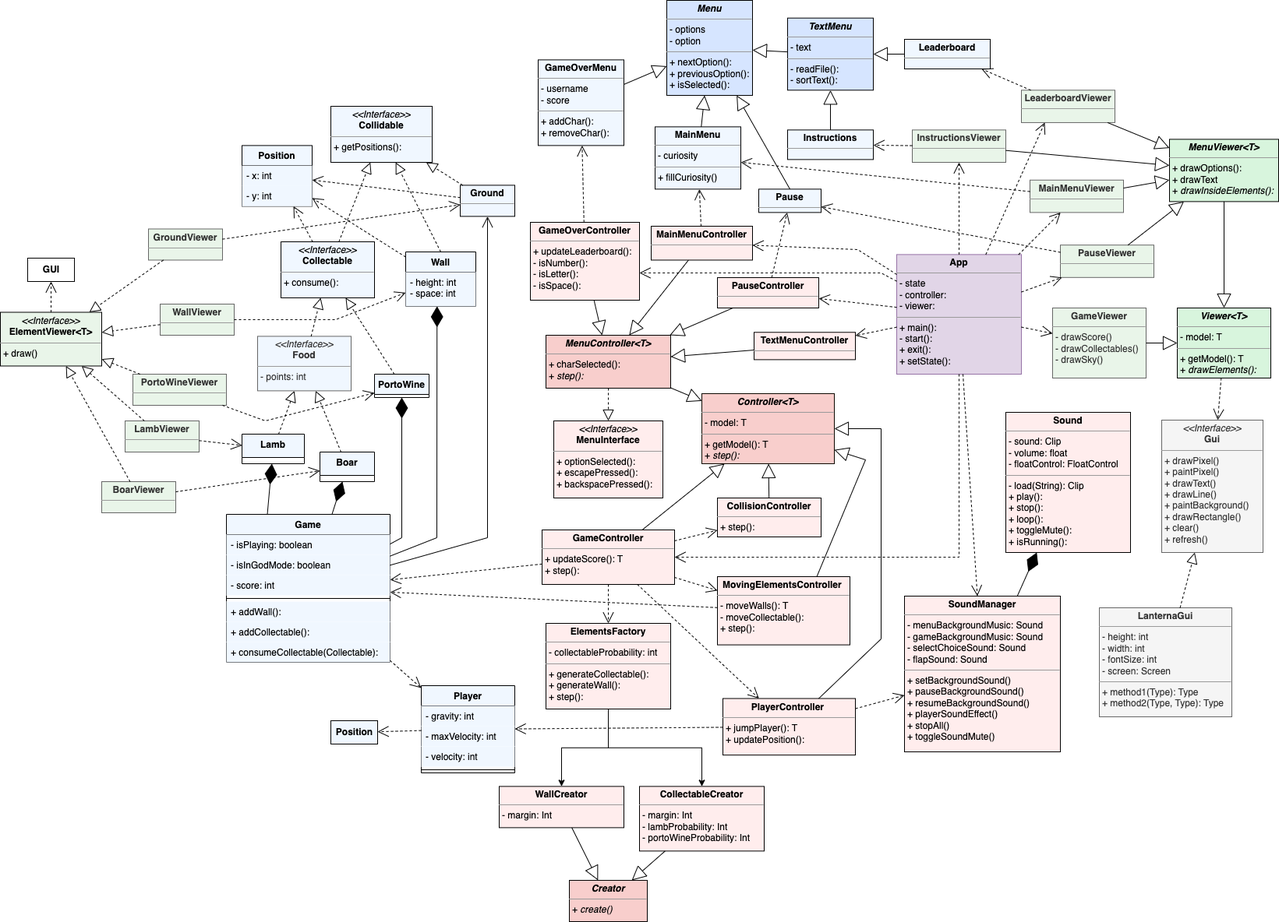
Above: docs/images/UML/structure.drawio.png in thePeras/LDTS_Flappy_Tiger (draw.io), before the change. Source tidied: cells renumbered, new cells last; positions are measured from the earlier drawing's top-left corner, leaving out a move shared by most shapes.
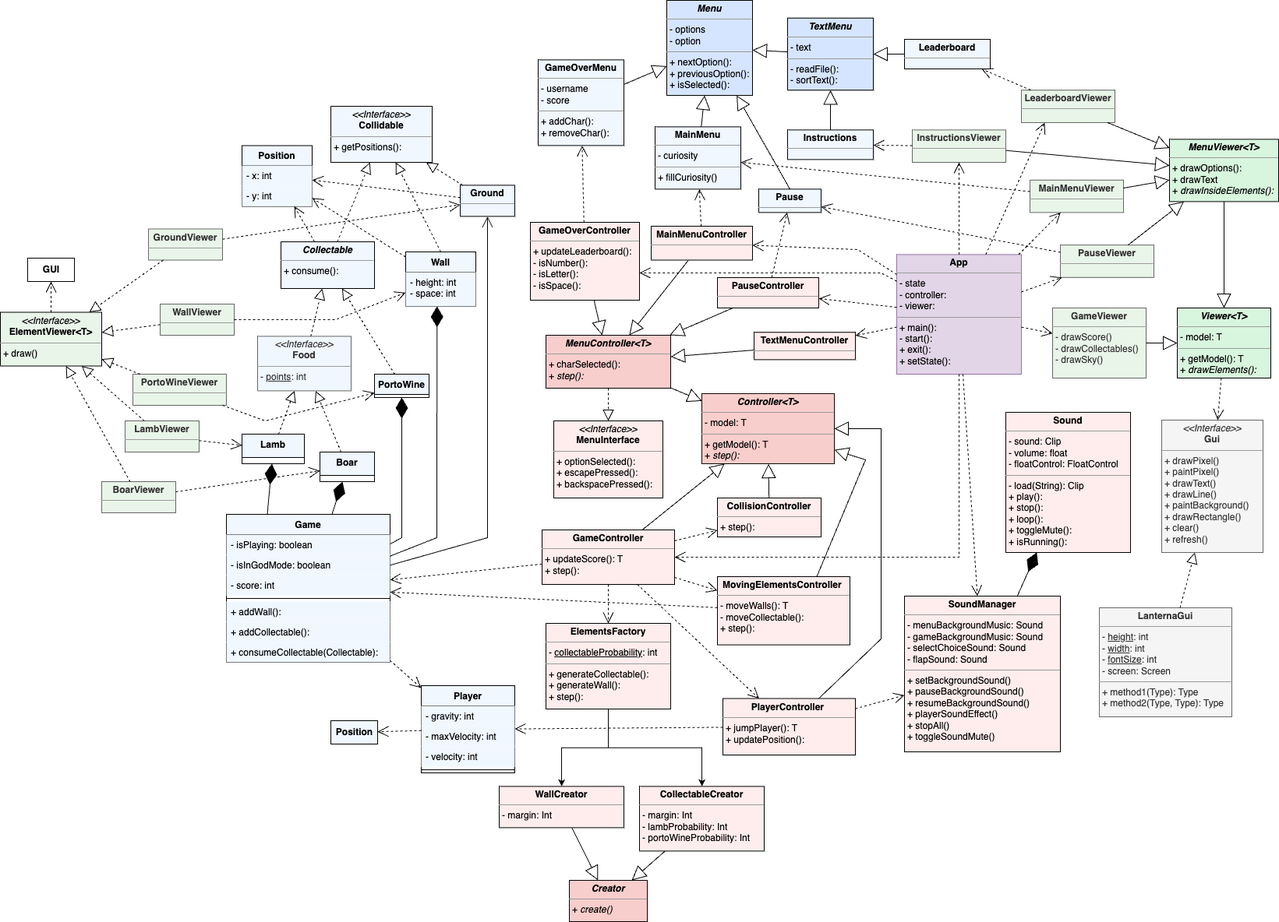
Later version of the same file.

Commit message:
review uml

The edit, as a diff of the source:
```diff
@@ -56,7 +56,7 @@
     <mxCell id="19" value="Boar" style="swimlane;fontStyle=1;align=center;verticalAlign=top;horizontal=1;startSize=30;fillColor=#F0F7FF;" parent="1" vertex="1">
       <mxGeometry x="410" y="580" width="70" height="38" as="geometry" />
     </mxCell>
-    <mxCell id="20" value="&lt;p style=&quot;margin:0px;margin-top:4px;text-align:center;&quot;&gt;&lt;i&gt;&amp;lt;&amp;lt;Interface&amp;gt;&amp;gt;&lt;/i&gt;&lt;br&gt;&lt;b&gt;Food&lt;/b&gt;&lt;/p&gt;&lt;hr size=&quot;1&quot;&gt;&lt;p style=&quot;margin:0px;margin-left:4px;&quot;&gt;- points: int&lt;/p&gt;" style="verticalAlign=top;align=left;overflow=fill;fontSize=12;fontFamily=Helvetica;html=1;fillColor=#F0F7FF;fontColor=#333333;strokeColor=#666666;" parent="1" vertex="1">
+    <mxCell id="20" value="&lt;p style=&quot;margin:0px;margin-top:4px;text-align:center;&quot;&gt;&lt;i&gt;&amp;lt;&amp;lt;Interface&amp;gt;&amp;gt;&lt;/i&gt;&lt;br&gt;&lt;b&gt;Food&lt;/b&gt;&lt;/p&gt;&lt;hr size=&quot;1&quot;&gt;&lt;p style=&quot;margin:0px;margin-left:4px;&quot;&gt;- &lt;u&gt;points&lt;/u&gt;: int&lt;/p&gt;" style="verticalAlign=top;align=left;overflow=fill;fontSize=12;fontFamily=Helvetica;html=1;fillColor=#F0F7FF;fontColor=#333333;strokeColor=#666666;" parent="1" vertex="1">
       <mxGeometry x="330" y="431.4" width="120" height="70" as="geometry" />
     </mxCell>
     <mxCell id="21" value="Wall" style="swimlane;fontStyle=1;align=center;verticalAlign=top;horizontal=1;startSize=26;fillColor=#F0F7FF;" parent="1" vertex="1">
@@ -134,7 +134,7 @@
     <mxCell id="45" style="edgeStyle=orthogonalEdgeStyle;rounded=0;jettySize=auto;html=1;" parent="1" edge="1" source="46" target="36">
       <mxGeometry relative="1" as="geometry" />
     </mxCell>
-    <mxCell id="46" value="&lt;p style=&quot;margin:0px;margin-top:4px;text-align:center;&quot;&gt;&lt;b&gt;ElementsFactory&lt;/b&gt;&lt;/p&gt;&lt;hr size=&quot;1&quot;&gt;&lt;p style=&quot;margin:0px;margin-left:4px;&quot;&gt;- collectableProbability: int&lt;/p&gt;&lt;hr size=&quot;1&quot;&gt;&lt;p style=&quot;margin:0px;margin-left:4px;&quot;&gt;+ generateCollectable():&lt;/p&gt;&lt;p style=&quot;margin:0px;margin-left:4px;&quot;&gt;+ generateWall():&lt;/p&gt;&lt;p style=&quot;margin:0px;margin-left:4px;&quot;&gt;+ step():&lt;/p&gt;" style="verticalAlign=top;align=left;overflow=fill;fontSize=12;fontFamily=Helvetica;html=1;fillColor=#FFEDED;" parent="1" vertex="1">
+    <mxCell id="46" value="&lt;p style=&quot;margin:0px;margin-top:4px;text-align:center;&quot;&gt;&lt;b&gt;ElementsFactory&lt;/b&gt;&lt;/p&gt;&lt;hr size=&quot;1&quot;&gt;&lt;p style=&quot;margin:0px;margin-left:4px;&quot;&gt;- &lt;u&gt;collectableProbability&lt;/u&gt;: int&lt;/p&gt;&lt;hr size=&quot;1&quot;&gt;&lt;p style=&quot;margin:0px;margin-left:4px;&quot;&gt;+ generateCollectable():&lt;/p&gt;&lt;p style=&quot;margin:0px;margin-left:4px;&quot;&gt;+ generateWall():&lt;/p&gt;&lt;p style=&quot;margin:0px;margin-left:4px;&quot;&gt;+ step():&lt;/p&gt;" style="verticalAlign=top;align=left;overflow=fill;fontSize=12;fontFamily=Helvetica;html=1;fillColor=#FFEDED;" parent="1" vertex="1">
       <mxGeometry x="700" y="800" width="160" height="110" as="geometry" />
     </mxCell>
     <mxCell id="47" value="&lt;p style=&quot;margin:0px;margin-top:4px;text-align:center;&quot;&gt;&lt;b&gt;GameController&lt;/b&gt;&lt;/p&gt;&lt;hr size=&quot;1&quot;&gt;&lt;p style=&quot;margin:0px;margin-left:4px;&quot;&gt;+ updateScore(): T&lt;/p&gt;&lt;p style=&quot;margin:0px;margin-left:4px;&quot;&gt;+ step():&lt;/p&gt;" style="verticalAlign=top;align=left;overflow=fill;fontSize=12;fontFamily=Helvetica;html=1;fillColor=#FFEDED;" parent="1" vertex="1">
@@ -152,7 +152,7 @@
     <mxCell id="51" value="&lt;p style=&quot;margin:0px;margin-top:4px;text-align:center;&quot;&gt;&lt;i&gt;&amp;lt;&amp;lt;Interface&amp;gt;&amp;gt;&lt;/i&gt;&lt;br&gt;&lt;b&gt;Gui&lt;/b&gt;&lt;/p&gt;&lt;hr size=&quot;1&quot;&gt;&lt;p style=&quot;margin:0px;margin-left:4px;&quot;&gt;+ drawPixel()&lt;br&gt;+ paintPixel()&lt;/p&gt;&lt;p style=&quot;margin:0px;margin-left:4px;&quot;&gt;+&amp;nbsp;drawText()&lt;/p&gt;&lt;p style=&quot;margin:0px;margin-left:4px;&quot;&gt;+&amp;nbsp;drawLine()&lt;/p&gt;&lt;p style=&quot;margin:0px;margin-left:4px;&quot;&gt;+&amp;nbsp;paintBackground()&lt;/p&gt;&lt;p style=&quot;margin:0px;margin-left:4px;&quot;&gt;+&amp;nbsp;drawRectangle()&lt;/p&gt;&lt;p style=&quot;margin:0px;margin-left:4px;&quot;&gt;+ clear()&lt;/p&gt;&lt;p style=&quot;margin:0px;margin-left:4px;&quot;&gt;+ refresh()&lt;/p&gt;" style="verticalAlign=top;align=left;overflow=fill;fontSize=12;fontFamily=Helvetica;html=1;fillColor=#f5f5f5;strokeColor=#666666;fontColor=#333333;" parent="1" vertex="1">
       <mxGeometry x="1490" y="539" width="130" height="170" as="geometry" />
     </mxCell>
-    <mxCell id="52" value="&lt;p style=&quot;margin:0px;margin-top:4px;text-align:center;&quot;&gt;&lt;b&gt;LanternaGui&lt;/b&gt;&lt;/p&gt;&lt;hr size=&quot;1&quot;&gt;&lt;p style=&quot;margin:0px;margin-left:4px;&quot;&gt;- height: int&lt;/p&gt;&lt;p style=&quot;margin:0px;margin-left:4px;&quot;&gt;- width: int&lt;/p&gt;&lt;p style=&quot;margin:0px;margin-left:4px;&quot;&gt;- fontSize: int&lt;br&gt;- screen: Screen&lt;/p&gt;&lt;hr size=&quot;1&quot;&gt;&lt;p style=&quot;margin:0px;margin-left:4px;&quot;&gt;+ method1(Type): Type&lt;br&gt;+ method2(Type, Type): Type&lt;/p&gt;" style="verticalAlign=top;align=left;overflow=fill;fontSize=12;fontFamily=Helvetica;html=1;fillColor=#f5f5f5;fontColor=#333333;strokeColor=#666666;" parent="1" vertex="1">
+    <mxCell id="52" value="&lt;p style=&quot;margin:0px;margin-top:4px;text-align:center;&quot;&gt;&lt;b&gt;LanternaGui&lt;/b&gt;&lt;/p&gt;&lt;hr size=&quot;1&quot;&gt;&lt;p style=&quot;margin:0px;margin-left:4px;&quot;&gt;- &lt;u&gt;height&lt;/u&gt;: int&lt;/p&gt;&lt;p style=&quot;margin:0px;margin-left:4px;&quot;&gt;- &lt;u&gt;width&lt;/u&gt;: int&lt;/p&gt;&lt;p style=&quot;margin:0px;margin-left:4px;&quot;&gt;- &lt;u&gt;fontSize&lt;/u&gt;: int&lt;br&gt;- screen: Screen&lt;/p&gt;&lt;hr size=&quot;1&quot;&gt;&lt;p style=&quot;margin:0px;margin-left:4px;&quot;&gt;+ method1(Type): Type&lt;br&gt;+ method2(Type, Type): Type&lt;/p&gt;" style="verticalAlign=top;align=left;overflow=fill;fontSize=12;fontFamily=Helvetica;html=1;fillColor=#f5f5f5;fontColor=#333333;strokeColor=#666666;" parent="1" vertex="1">
       <mxGeometry x="1410" y="780" width="170" height="140" as="geometry" />
     </mxCell>
     <mxCell id="53" value="&lt;p style=&quot;margin:0px;margin-top:4px;text-align:center;&quot;&gt;&lt;b&gt;&lt;i&gt;MenuController&amp;lt;T&amp;gt;&lt;/i&gt;&lt;/b&gt;&lt;/p&gt;&lt;hr size=&quot;1&quot;&gt;&lt;p style=&quot;margin:0px;margin-left:4px;&quot;&gt;+ charSelected():&amp;nbsp;&lt;/p&gt;&lt;p style=&quot;margin:0px;margin-left:4px;&quot;&gt;+&lt;i&gt; step():&lt;/i&gt;&lt;/p&gt;" style="verticalAlign=top;align=left;overflow=fill;fontSize=12;fontFamily=Helvetica;html=1;fillColor=#F8CECC;strokeColor=#000000;strokeWidth=1;" parent="1" vertex="1">
@@ -173,8 +173,8 @@
     <mxCell id="58" value="&lt;p style=&quot;margin:0px;margin-top:4px;text-align:center;&quot;&gt;&lt;b&gt;TextMenuController&lt;/b&gt;&lt;/p&gt;&lt;hr size=&quot;1&quot;&gt;&lt;p style=&quot;margin:0px;margin-left:4px;&quot;&gt;&lt;br&gt;&lt;/p&gt;" style="verticalAlign=top;align=left;overflow=fill;fontSize=12;fontFamily=Helvetica;html=1;fillColor=#FFEDED;" parent="1" vertex="1">
       <mxGeometry x="967" y="426.3" width="130" height="35.1" as="geometry" />
     </mxCell>
-    <mxCell id="59" value="&lt;p style=&quot;margin:0px;margin-top:4px;text-align:center;&quot;&gt;&lt;i&gt;&amp;lt;&amp;lt;Interface&amp;gt;&amp;gt;&lt;/i&gt;&lt;br&gt;&lt;b&gt;Collectable&lt;/b&gt;&lt;/p&gt;&lt;hr size=&quot;1&quot;&gt;&lt;p style=&quot;margin:0px;margin-left:4px;&quot;&gt;+ consume():&lt;br&gt;&lt;br&gt;&lt;/p&gt;" style="verticalAlign=top;align=left;overflow=fill;fontSize=12;fontFamily=Helvetica;html=1;fillColor=#F0F7FF;" parent="1" vertex="1">
-      <mxGeometry x="360" y="310" width="120" height="72" as="geometry" />
+    <mxCell id="59" value="&lt;p style=&quot;margin:0px;margin-top:4px;text-align:center;&quot;&gt;&lt;b&gt;&lt;i&gt;Collectable&lt;/i&gt;&lt;/b&gt;&lt;/p&gt;&lt;hr size=&quot;1&quot;&gt;&lt;p style=&quot;margin:0px;margin-left:4px;&quot;&gt;+ consume():&lt;br&gt;&lt;br&gt;&lt;/p&gt;" style="verticalAlign=top;align=left;overflow=fill;fontSize=12;fontFamily=Helvetica;html=1;fillColor=#F0F7FF;" parent="1" vertex="1">
+      <mxGeometry x="360" y="310" width="120" height="60" as="geometry" />
     </mxCell>
     <mxCell id="60" style="endArrow=block;dashed=1;endFill=0;endSize=12;html=1;rounded=0;" parent="1" edge="1" source="40" target="31">
       <mxGeometry relative="1" as="geometry" />
```
